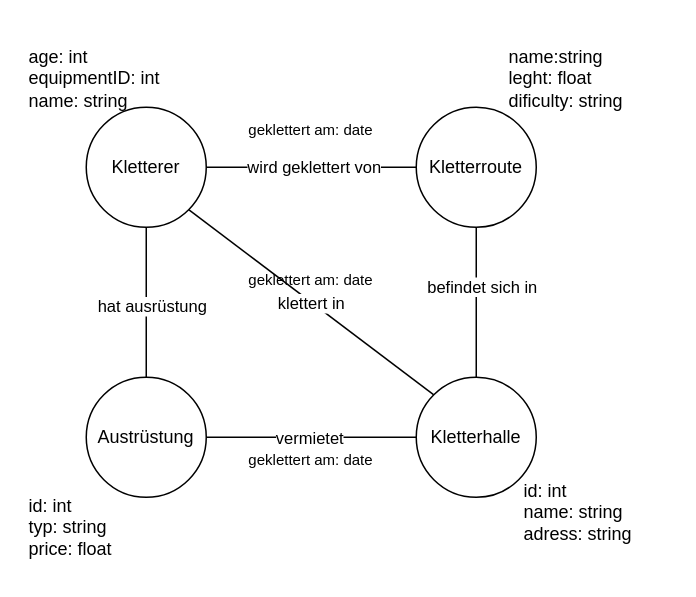
Earlier version of the draw.io diagram KN-N-01/KN-N-01.drawio (AdrianTBZ/M165). Source tidied: cells renumbered, new cells numbered last; positions are measured from the earlier drawing's top-left corner, leaving out a move shared by most shapes. Both pictures are drawn from the tidied source at 150%, with x=0, y=0 at pixel (26, 33).
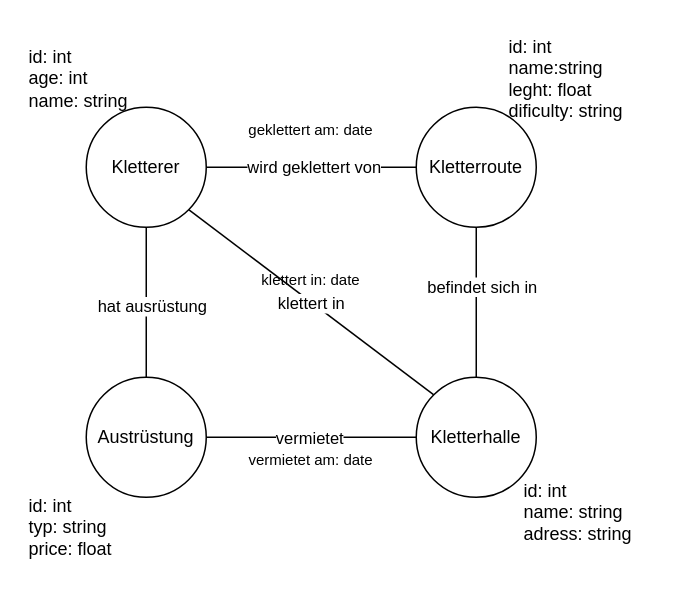
The same page after the edit.

Change to the diagram source:
```diff
@@
-    <mxCell id="16" value="age: int&lt;div&gt;equipmentID: int&lt;/div&gt;&lt;div&gt;name: string&lt;/div&gt;" style="text;html=1;align=left;verticalAlign=middle;strokeColor=none;fillColor=none;" parent="1" vertex="1">
-      <mxGeometry width="110" height="60" as="geometry" />
+    <mxCell id="16" value="&lt;div&gt;id: int&lt;/div&gt;age: int&lt;div&gt;&lt;span style=&quot;background-color: transparent; color: light-dark(rgb(0, 0, 0), rgb(255, 255, 255));&quot;&gt;name: string&lt;/span&gt;&lt;/div&gt;" style="text;html=1;align=left;verticalAlign=middle;strokeColor=none;fillColor=none;" parent="1" vertex="1">
+      <mxGeometry width="90" height="60" as="geometry" />
     </mxCell>
-    <mxCell id="17" value="name:string&lt;div&gt;leght: float&lt;/div&gt;&lt;div&gt;dificulty: string&lt;/div&gt;" style="text;html=1;align=left;verticalAlign=middle;strokeColor=none;fillColor=none;" parent="1" vertex="1">
-      <mxGeometry x="320" width="100" height="60" as="geometry" />
+    <mxCell id="17" value="&lt;div&gt;id: int&lt;/div&gt;name:string&lt;div&gt;leght: float&lt;/div&gt;&lt;div&gt;dificulty: string&lt;/div&gt;" style="text;html=1;align=left;verticalAlign=middle;strokeColor=none;fillColor=none;" parent="1" vertex="1">
+      <mxGeometry x="320" y="-5" width="100" height="70" as="geometry" />
     </mxCell>
@@
-    <mxCell id="21" value="&lt;font style=&quot;font-size: 10px;&quot;&gt;geklettert am: date&lt;/font&gt;" style="text;html=1;align=center;verticalAlign=middle;whiteSpace=wrap;rounded=0;" parent="1" vertex="1">
+    <mxCell id="21" value="&lt;font style=&quot;font-size: 10px;&quot;&gt;klettert in: date&lt;/font&gt;" style="text;html=1;align=center;verticalAlign=middle;whiteSpace=wrap;rounded=0;" parent="1" vertex="1">
       <mxGeometry x="120" y="149" width="140" height="30" as="geometry" />
     </mxCell>
-    <mxCell id="22" value="&lt;font style=&quot;font-size: 10px;&quot;&gt;geklettert am: date&lt;/font&gt;" style="text;html=1;align=center;verticalAlign=middle;whiteSpace=wrap;rounded=0;" parent="1" vertex="1">
+    <mxCell id="22" value="&lt;font style=&quot;font-size: 10px;&quot;&gt;vermietet am: date&lt;/font&gt;" style="text;html=1;align=center;verticalAlign=middle;whiteSpace=wrap;rounded=0;" parent="1" vertex="1">
       <mxGeometry x="120" y="269" width="140" height="30" as="geometry" />
     </mxCell>
```
